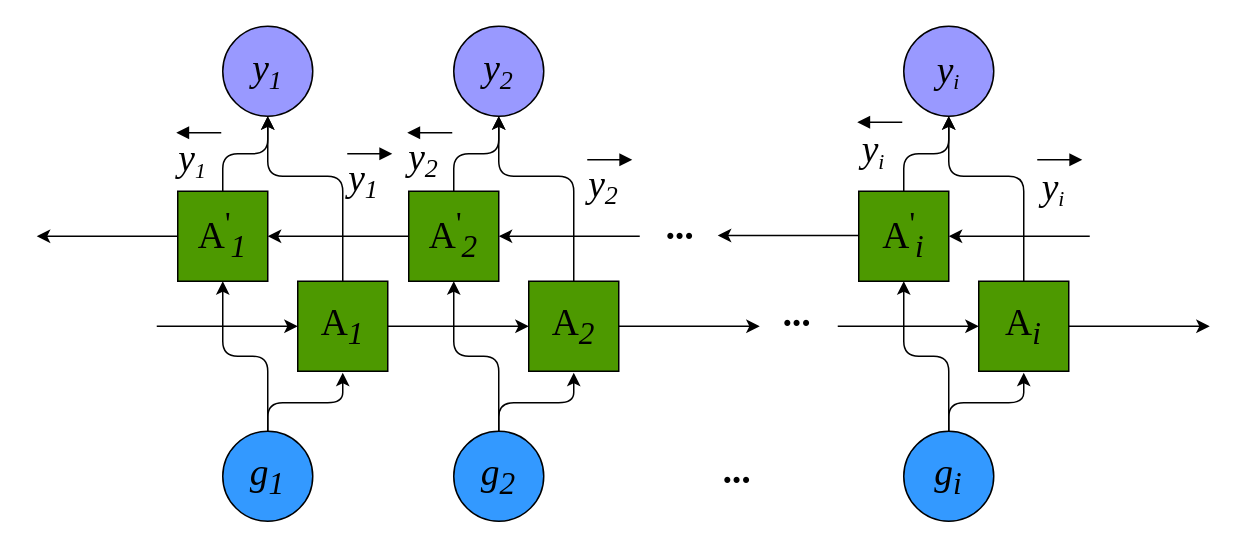
Above: BLSTM示意图.drawio in ByronGe/ff (draw.io), before the change. Source tidied: cells renumbered, new cells numbered last; positions are measured from the earlier drawing's top-left corner, leaving out a move shared by most shapes. Both pictures are drawn from the tidied source at 150%, with x=0, y=0 at pixel (36, 26).
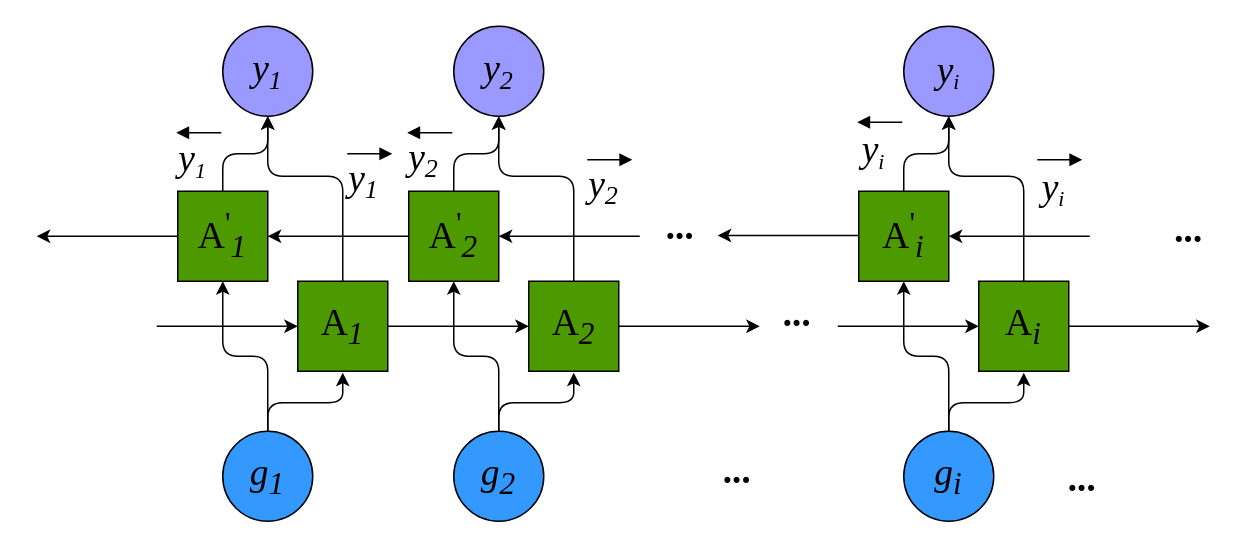
The same page after the edit.

What changed in the source:
```diff
@@
+    <mxCell id="60" value="&lt;b style=&quot;font-size: 25px;&quot;&gt;&lt;font style=&quot;font-size: 25px;&quot;&gt;...&lt;/font&gt;&lt;/b&gt;" style="text;html=1;strokeColor=none;fillColor=none;align=center;verticalAlign=middle;whiteSpace=wrap;rounded=0;fontSize=25;fontStyle=2;fontFamily=Times New Roman;" parent="1" vertex="1">
+      <mxGeometry x="693" y="300" width="10" as="geometry" />
+    </mxCell>
+    <mxCell id="61" value="&lt;b style=&quot;font-size: 25px;&quot;&gt;&lt;font style=&quot;font-size: 25px;&quot;&gt;...&lt;/font&gt;&lt;/b&gt;" style="text;html=1;strokeColor=none;fillColor=none;align=center;verticalAlign=middle;whiteSpace=wrap;rounded=0;fontSize=25;fontStyle=2;fontFamily=Times New Roman;" parent="1" vertex="1">
+      <mxGeometry x="764" y="134" width="10" as="geometry" />
+    </mxCell>
```
